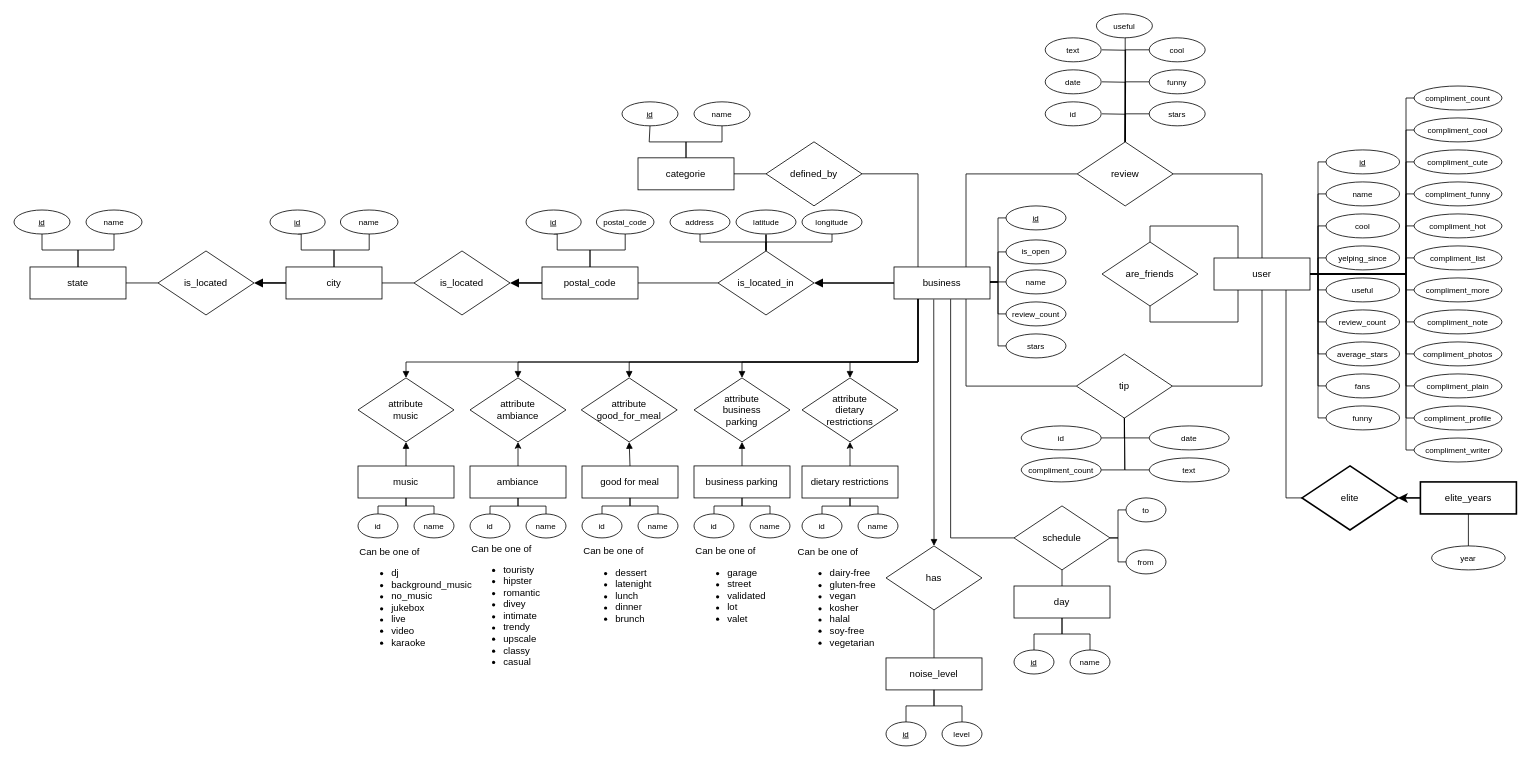
Before: schema.drawio in Ph0tonic/Intro2DataBase, a draw.io diagram. Source tidied: cells renumbered, new cells numbered last; positions are measured from the earlier drawing's top-left corner, leaving out a move shared by most shapes. Both pictures are drawn from the tidied source at 80%, with x=0, y=0 at pixel (14, 14).
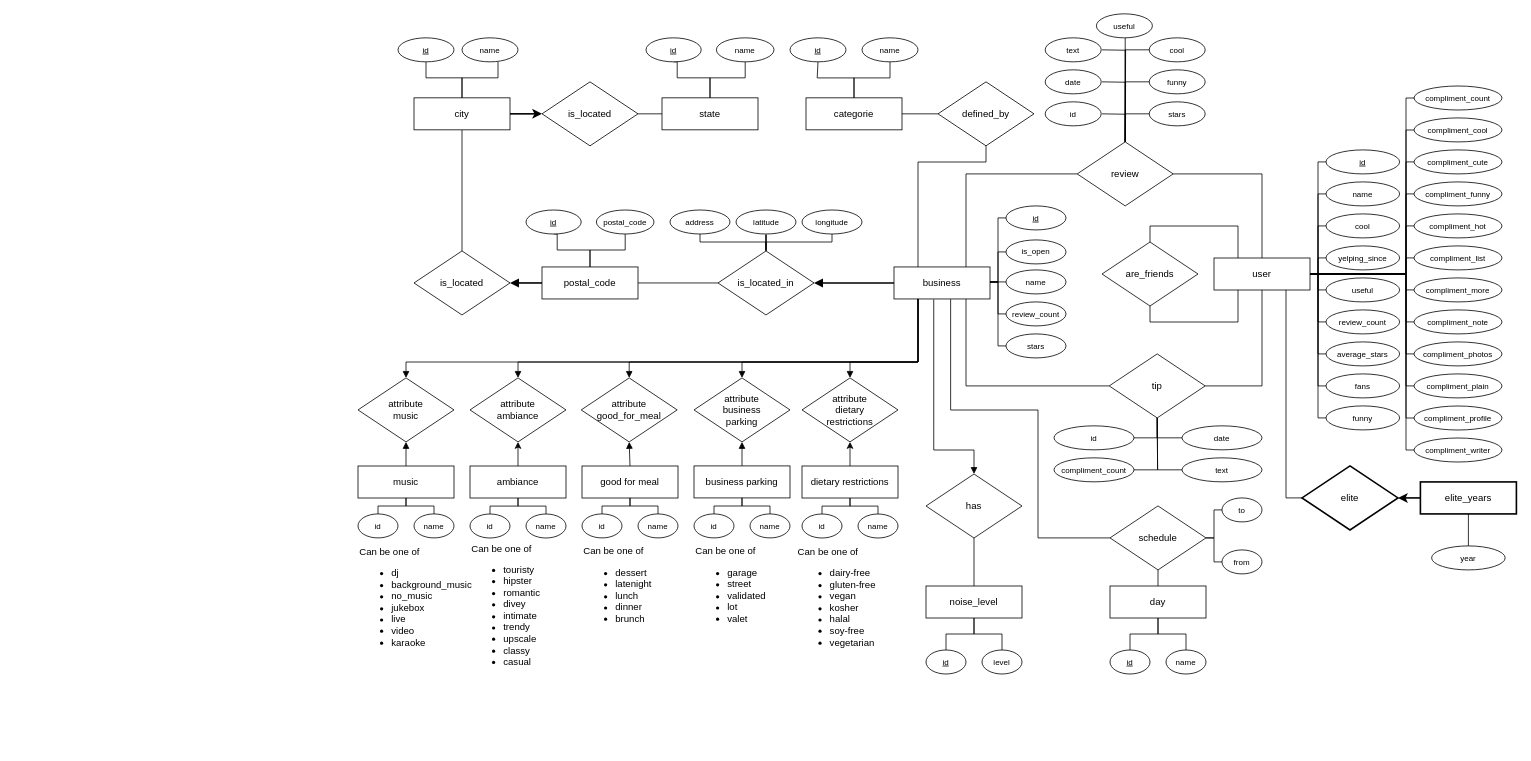
Above is the later version.

The change refers to these unchanged cells:
```xml
<mxCell id="36" value="business" style="rounded=0;whiteSpace=wrap;html=1;" parent="1" vertex="1">
  <mxGeometry x="1100" y="316.2" width="120" height="40" as="geometry" />
</mxCell>
<mxCell id="158" value="is_located" style="rhombus;whiteSpace=wrap;html=1;" parent="1" vertex="1">
  <mxGeometry x="500" y="296.2" width="120" height="80" as="geometry" />
</mxCell>
```

Change to the diagram source:
```diff
@@
-    <mxCell id="2" style="edgeStyle=orthogonalEdgeStyle;rounded=0;jettySize=auto;html=1;exitX=1;exitY=0.5;exitDx=0;exitDy=0;entryX=0;entryY=0.5;entryDx=0;entryDy=0;endArrow=none;endFill=0;startArrow=block;startFill=1;strokeWidth=2;" parent="1" edge="1" source="3" target="37">
+    <mxCell id="2" style="edgeStyle=orthogonalEdgeStyle;rounded=0;jettySize=auto;html=1;exitX=1;exitY=0.5;exitDx=0;exitDy=0;entryX=0;entryY=0.5;entryDx=0;entryDy=0;endArrow=none;endFill=0;startArrow=none;startFill=0;strokeWidth=1;" parent="1" edge="1" source="3" target="37">
       <mxGeometry relative="1" as="geometry" />
     </mxCell>
     <mxCell id="3" value="is_located" style="rhombus;whiteSpace=wrap;html=1;" parent="1" vertex="1">
-      <mxGeometry x="180" y="296.2" width="120" height="80" as="geometry" />
+      <mxGeometry x="660" y="84.8" width="120" height="80" as="geometry" />
     </mxCell>
-    <mxCell id="4" style="edgeStyle=orthogonalEdgeStyle;rounded=0;jettySize=auto;html=1;exitX=1;exitY=0.5;exitDx=0;exitDy=0;entryX=0;entryY=0.5;entryDx=0;entryDy=0;endArrow=none;endFill=0;" parent="1" edge="1" source="6" target="3">
+    <mxCell id="4" style="edgeStyle=orthogonalEdgeStyle;rounded=0;jettySize=auto;html=1;exitX=1;exitY=0.5;exitDx=0;exitDy=0;entryX=0;entryY=0.5;entryDx=0;entryDy=0;endArrow=classic;endFill=1;startArrow=none;startFill=0;strokeWidth=2;" parent="1" edge="1" source="6" target="3">
       <mxGeometry relative="1" as="geometry" />
     </mxCell>
-    <mxCell id="5" style="edgeStyle=orthogonalEdgeStyle;rounded=0;jettySize=auto;html=1;exitX=0.5;exitY=0;exitDx=0;exitDy=0;endArrow=none;endFill=0;fontSize=10;" parent="1" edge="1" source="6" target="96">
+    <mxCell id="5" style="edgeStyle=orthogonalEdgeStyle;rounded=0;jettySize=auto;html=1;exitX=0.5;exitY=0;exitDx=0;exitDy=0;endArrow=none;endFill=0;fontSize=10;" parent="1" edge="1" source="6">
       <mxGeometry relative="1" as="geometry">
+        <mxPoint x="605" y="59.8" as="targetPoint" />
         <Array as="points">
-          <mxPoint x="80" y="295" />
-          <mxPoint x="125" y="295" />
+          <mxPoint x="560" y="79.8" />
+          <mxPoint x="605" y="79.8" />
         </Array>
       </mxGeometry>
     </mxCell>
+    <mxCell id="196" style="edgeStyle=orthogonalEdgeStyle;rounded=0;jettySize=auto;html=1;exitX=0.5;exitY=1;exitDx=0;exitDy=0;entryX=0.5;entryY=0;entryDx=0;entryDy=0;startArrow=none;startFill=0;endArrow=none;endFill=0;strokeWidth=1;" parent="1" edge="1" source="6" target="158">
+      <mxGeometry relative="1" as="geometry" />
+    </mxCell>
-    <mxCell id="6" value="state" style="rounded=0;whiteSpace=wrap;html=1;" parent="1" vertex="1">
-      <mxGeometry x="20" y="316.2" width="120" height="40" as="geometry" />
+    <mxCell id="6" value="city" style="rounded=0;whiteSpace=wrap;html=1;" parent="1" vertex="1">
+      <mxGeometry x="500" y="104.8" width="120" height="40" as="geometry" />
     </mxCell>
@@
     <mxCell id="8" style="edgeStyle=orthogonalEdgeStyle;rounded=0;jettySize=auto;html=1;exitX=0.5;exitY=0;exitDx=0;exitDy=0;entryX=0.5;entryY=1;entryDx=0;entryDy=0;startArrow=none;startFill=0;endArrow=none;endFill=0;strokeWidth=1;" parent="1" edge="1" source="9" target="120">
       <mxGeometry relative="1" as="geometry">
         <Array as="points">
-          <mxPoint x="840" y="159.9" />
-          <mxPoint x="794" y="159.9" />
+          <mxPoint x="1050" y="79.9" />
+          <mxPoint x="1004" y="79.9" />
         </Array>
       </mxGeometry>
     </mxCell>
     <mxCell id="9" value="categorie" style="rounded=0;whiteSpace=wrap;html=1;" parent="1" vertex="1">
-      <mxGeometry x="780" y="179.8" width="120" height="40" as="geometry" />
+      <mxGeometry x="990" y="104.8" width="120" height="40" as="geometry" />
     </mxCell>
     <mxCell id="10" style="edgeStyle=orthogonalEdgeStyle;rounded=0;jettySize=auto;html=1;exitX=0.5;exitY=1;exitDx=0;exitDy=0;entryX=1;entryY=0.5;entryDx=0;entryDy=0;endArrow=none;endFill=0;fontSize=10;" parent="1" edge="1" target="99">
       <mxGeometry relative="1" as="geometry">
-        <mxPoint x="1388" y="494.9" as="sourcePoint" />
+        <mxPoint x="1429" y="494.8" as="sourcePoint" />
         <Array as="points">
-          <mxPoint x="1388" y="529.9" />
+          <mxPoint x="1429" y="529.8" />
         </Array>
       </mxGeometry>
     </mxCell>
@@
-    <mxCell id="27" style="edgeStyle=orthogonalEdgeStyle;rounded=0;jettySize=auto;html=1;exitX=0.25;exitY=0;exitDx=0;exitDy=0;entryX=1;entryY=0.5;entryDx=0;entryDy=0;startArrow=none;startFill=0;endArrow=none;endFill=0;strokeWidth=1;" parent="1" edge="1" source="36" target="52">
-      <mxGeometry relative="1" as="geometry" />
-    </mxCell>
@@
-    <mxCell id="37" value="city" style="rounded=0;whiteSpace=wrap;html=1;" parent="1" vertex="1">
-      <mxGeometry x="340" y="316.2" width="120" height="40" as="geometry" />
+    <mxCell id="37" value="state" style="rounded=0;whiteSpace=wrap;html=1;" parent="1" vertex="1">
+      <mxGeometry x="810" y="104.8" width="120" height="40" as="geometry" />
     </mxCell>
     <mxCell id="38" style="edgeStyle=orthogonalEdgeStyle;rounded=0;jettySize=auto;html=1;exitX=0.5;exitY=0;exitDx=0;exitDy=0;entryX=0.5;entryY=1;entryDx=0;entryDy=0;endArrow=none;endFill=0;fontSize=10;" parent="1" edge="1" source="39" target="111">
       <mxGeometry relative="1" as="geometry">
         <Array as="points">
-          <mxPoint x="1150" y="794.9" />
-          <mxPoint x="1150" y="794.9" />
+          <mxPoint x="1200" y="705" />
+          <mxPoint x="1200" y="705" />
         </Array>
       </mxGeometry>
     </mxCell>
     <mxCell id="39" value="noise_level" style="rounded=0;whiteSpace=wrap;html=1;" parent="1" vertex="1">
-      <mxGeometry x="1090" y="804.9" width="120" height="40" as="geometry" />
+      <mxGeometry x="1140" y="715" width="120" height="40" as="geometry" />
     </mxCell>
@@
+    <mxCell id="197" style="edgeStyle=orthogonalEdgeStyle;rounded=0;jettySize=auto;html=1;exitX=0.5;exitY=1;exitDx=0;exitDy=0;entryX=0.25;entryY=0;entryDx=0;entryDy=0;endArrow=none;endFill=0;" parent="1" edge="1" source="52" target="36">
+      <mxGeometry relative="1" as="geometry">
+        <Array as="points">
+          <mxPoint x="1215" y="185" />
+          <mxPoint x="1130" y="185" />
+        </Array>
+      </mxGeometry>
+    </mxCell>
     <mxCell id="52" value="defined_by" style="rhombus;whiteSpace=wrap;html=1;" parent="1" vertex="1">
-      <mxGeometry x="940" y="159.8" width="120" height="80" as="geometry" />
+      <mxGeometry x="1155" y="84.8" width="120" height="80" as="geometry" />
     </mxCell>
@@
     <mxCell id="92" style="edgeStyle=orthogonalEdgeStyle;rounded=0;jettySize=auto;html=1;exitX=0.5;exitY=1;exitDx=0;exitDy=0;entryX=0.5;entryY=0;entryDx=0;entryDy=0;endArrow=none;endFill=0;" parent="1" edge="1" source="93" target="6">
       <mxGeometry relative="1" as="geometry">
         <Array as="points">
-          <mxPoint x="35" y="295" />
-          <mxPoint x="80" y="295" />
+          <mxPoint x="515" y="79.8" />
+          <mxPoint x="560" y="79.8" />
         </Array>
       </mxGeometry>
     </mxCell>
     <mxCell id="93" value="id" style="ellipse;whiteSpace=wrap;html=1;fontStyle=4;fontSize=10;" parent="1" vertex="1">
-      <mxGeometry y="245" width="70" height="30" as="geometry" />
+      <mxGeometry x="480" y="29.8" width="70" height="30" as="geometry" />
     </mxCell>
     <mxCell id="94" style="edgeStyle=orthogonalEdgeStyle;rounded=0;jettySize=auto;html=1;exitX=0.5;exitY=1;exitDx=0;exitDy=0;entryX=0.5;entryY=0;entryDx=0;entryDy=0;endArrow=none;endFill=0;" parent="1" edge="1" source="95" target="37">
       <mxGeometry relative="1" as="geometry">
         <Array as="points">
-          <mxPoint x="359" y="295" />
-          <mxPoint x="400" y="295" />
+          <mxPoint x="829" y="79.8" />
+          <mxPoint x="870" y="79.8" />
         </Array>
       </mxGeometry>
     </mxCell>
     <mxCell id="95" value="id" style="ellipse;whiteSpace=wrap;html=1;fontStyle=4;fontSize=10;" parent="1" vertex="1">
-      <mxGeometry x="320" y="245" width="69" height="30" as="geometry" />
+      <mxGeometry x="790" y="29.8" width="69" height="30" as="geometry" />
     </mxCell>
     <mxCell id="96" value="name" style="ellipse;whiteSpace=wrap;html=1;fontStyle=0;fontSize=10;" parent="1" vertex="1">
-      <mxGeometry x="90" y="245" width="70" height="30" as="geometry" />
+      <mxGeometry x="560" y="29.8" width="70" height="30" as="geometry" />
     </mxCell>
     <mxCell id="97" value="name" style="ellipse;whiteSpace=wrap;html=1;fontStyle=0;fontSize=10;" parent="1" vertex="1">
-      <mxGeometry x="408" y="245" width="72" height="30" as="geometry" />
+      <mxGeometry x="878" y="29.8" width="72" height="30" as="geometry" />
     </mxCell>
     <mxCell id="98" style="edgeStyle=orthogonalEdgeStyle;rounded=0;jettySize=auto;html=1;exitX=0.5;exitY=1;exitDx=0;exitDy=0;entryX=0.5;entryY=0;entryDx=0;entryDy=0;endArrow=none;endFill=0;" parent="1" edge="1" source="97" target="37">
       <mxGeometry relative="1" as="geometry">
         <Array as="points">
-          <mxPoint x="400" y="295" />
+          <mxPoint x="870" y="79.8" />
         </Array>
       </mxGeometry>
     </mxCell>
     <mxCell id="99" value="id" style="ellipse;whiteSpace=wrap;html=1;fontSize=10;fontStyle=0;" parent="1" vertex="1">
-      <mxGeometry x="1259" y="514.9" width="100" height="30" as="geometry" />
+      <mxGeometry x="1300" y="514.8" width="100" height="30" as="geometry" />
     </mxCell>
     <mxCell id="100" value="date" style="ellipse;whiteSpace=wrap;html=1;fontSize=10;fontStyle=0;" parent="1" vertex="1">
-      <mxGeometry x="1419" y="514.9" width="100" height="30" as="geometry" />
+      <mxGeometry x="1460" y="514.8" width="100" height="30" as="geometry" />
     </mxCell>
     <mxCell id="101" style="edgeStyle=orthogonalEdgeStyle;rounded=0;jettySize=auto;html=1;exitX=0;exitY=0.5;exitDx=0;exitDy=0;entryX=0.5;entryY=1;entryDx=0;entryDy=0;endArrow=none;endFill=0;fontSize=10;" parent="1" edge="1" source="102">
       <mxGeometry relative="1" as="geometry">
-        <mxPoint x="1388" y="494.9" as="targetPoint" />
+        <mxPoint x="1429" y="494.8" as="targetPoint" />
       </mxGeometry>
     </mxCell>
     <mxCell id="102" value="text" style="ellipse;whiteSpace=wrap;html=1;fontSize=10;fontStyle=0;" parent="1" vertex="1">
-      <mxGeometry x="1419" y="554.9" width="100" height="30" as="geometry" />
+      <mxGeometry x="1460" y="554.8" width="100" height="30" as="geometry" />
     </mxCell>
     <mxCell id="103" style="edgeStyle=orthogonalEdgeStyle;rounded=0;jettySize=auto;html=1;exitX=1;exitY=0.5;exitDx=0;exitDy=0;entryX=0.5;entryY=1;entryDx=0;entryDy=0;endArrow=none;endFill=0;fontSize=10;" parent="1" edge="1" source="104">
       <mxGeometry relative="1" as="geometry">
-        <mxPoint x="1388" y="494.9" as="targetPoint" />
+        <mxPoint x="1429" y="494.8" as="targetPoint" />
       </mxGeometry>
     </mxCell>
     <mxCell id="104" value="compliment_count" style="ellipse;whiteSpace=wrap;html=1;fontSize=10;fontStyle=0;" parent="1" vertex="1">
-      <mxGeometry x="1259" y="554.9" width="100" height="30" as="geometry" />
+      <mxGeometry x="1300" y="554.8" width="100" height="30" as="geometry" />
     </mxCell>
@@
     <mxCell id="107" value="id" style="ellipse;whiteSpace=wrap;html=1;fontStyle=4;fontSize=10;" parent="1" vertex="1">
-      <mxGeometry x="1090" y="884.9" width="50" height="30" as="geometry" />
+      <mxGeometry x="1140" y="795" width="50" height="30" as="geometry" />
     </mxCell>
@@
     <mxCell id="109" value="level" style="ellipse;whiteSpace=wrap;html=1;fontStyle=0;fontSize=10;" parent="1" vertex="1">
-      <mxGeometry x="1160" y="884.9" width="50" height="30" as="geometry" />
+      <mxGeometry x="1210" y="795" width="50" height="30" as="geometry" />
     </mxCell>
     <mxCell id="110" style="edgeStyle=orthogonalEdgeStyle;rounded=0;jettySize=auto;html=1;exitX=0.5;exitY=0;exitDx=0;exitDy=0;endArrow=none;endFill=0;fontSize=10;strokeWidth=1;startArrow=block;startFill=1;entryX=0.414;entryY=1.014;entryDx=0;entryDy=0;entryPerimeter=0;" parent="1" edge="1" source="111" target="36">
       <mxGeometry relative="1" as="geometry">
         <Array as="points">
-          <mxPoint x="1150" y="625" />
-          <mxPoint x="1150" y="625" />
+          <mxPoint x="1200" y="545" />
+          <mxPoint x="1150" y="545" />
         </Array>
       </mxGeometry>
     </mxCell>
     <mxCell id="111" value="has" style="rhombus;whiteSpace=wrap;html=1;" parent="1" vertex="1">
-      <mxGeometry x="1090" y="664.9" width="120" height="80" as="geometry" />
+      <mxGeometry x="1140" y="575" width="120" height="80" as="geometry" />
     </mxCell>
@@
     <mxCell id="120" value="id" style="ellipse;whiteSpace=wrap;html=1;fontStyle=4;fontSize=10;" parent="1" vertex="1">
-      <mxGeometry x="760" y="109.8" width="70" height="30" as="geometry" />
+      <mxGeometry x="970" y="29.8" width="70" height="30" as="geometry" />
     </mxCell>
     <mxCell id="121" style="edgeStyle=orthogonalEdgeStyle;rounded=0;jettySize=auto;html=1;exitX=0.5;exitY=1;exitDx=0;exitDy=0;entryX=0.5;entryY=0;entryDx=0;entryDy=0;startArrow=none;startFill=0;endArrow=none;endFill=0;strokeWidth=1;" parent="1" edge="1" source="122" target="9">
       <mxGeometry relative="1" as="geometry">
         <Array as="points">
-          <mxPoint x="885" y="159.9" />
-          <mxPoint x="840" y="159.9" />
+          <mxPoint x="1095" y="79.9" />
+          <mxPoint x="1050" y="79.9" />
         </Array>
       </mxGeometry>
     </mxCell>
     <mxCell id="122" value="name" style="ellipse;whiteSpace=wrap;html=1;fontStyle=0;fontSize=10;" parent="1" vertex="1">
-      <mxGeometry x="850" y="109.8" width="70" height="30" as="geometry" />
+      <mxGeometry x="1060" y="29.8" width="70" height="30" as="geometry" />
     </mxCell>
@@
     <mxCell id="125" style="edgeStyle=orthogonalEdgeStyle;rounded=0;jettySize=auto;html=1;exitX=1;exitY=0.5;exitDx=0;exitDy=0;entryX=0;entryY=0.5;entryDx=0;entryDy=0;endArrow=none;endFill=0;" parent="1" edge="1" source="127" target="131">
       <mxGeometry relative="1" as="geometry">
         <Array as="points">
-          <mxPoint x="1380" y="654.9" />
-          <mxPoint x="1380" y="684.9" />
+          <mxPoint x="1500" y="654.9" />
+          <mxPoint x="1500" y="684.9" />
         </Array>
       </mxGeometry>
     </mxCell>
     <mxCell id="126" style="edgeStyle=orthogonalEdgeStyle;rounded=0;jettySize=auto;html=1;exitX=0;exitY=0.5;exitDx=0;exitDy=0;entryX=0.59;entryY=1.008;entryDx=0;entryDy=0;entryPerimeter=0;endArrow=none;endFill=0;strokeWidth=1;" parent="1" edge="1" source="127" target="36">
-      <mxGeometry relative="1" as="geometry" />
+      <mxGeometry relative="1" as="geometry">
+        <Array as="points">
+          <mxPoint x="1280" y="655" />
+          <mxPoint x="1280" y="495" />
+          <mxPoint x="1171" y="495" />
+        </Array>
+      </mxGeometry>
     </mxCell>
     <mxCell id="127" value="schedule" style="rhombus;whiteSpace=wrap;html=1;strokeWidth=1;gradientColor=none;" parent="1" vertex="1">
-      <mxGeometry x="1250" y="614.9" width="120" height="80" as="geometry" />
+      <mxGeometry x="1370" y="614.9" width="120" height="80" as="geometry" />
     </mxCell>
@@
     <mxCell id="129" style="edgeStyle=orthogonalEdgeStyle;rounded=0;jettySize=auto;html=1;exitX=0;exitY=0.5;exitDx=0;exitDy=0;entryX=1;entryY=0.5;entryDx=0;entryDy=0;endArrow=none;endFill=0;" parent="1" edge="1" source="130" target="127">
       <mxGeometry relative="1" as="geometry">
         <Array as="points">
-          <mxPoint x="1380" y="619.9" />
-          <mxPoint x="1380" y="654.9" />
+          <mxPoint x="1500" y="619.9" />
+          <mxPoint x="1500" y="654.9" />
         </Array>
       </mxGeometry>
     </mxCell>
     <mxCell id="130" value="to" style="ellipse;whiteSpace=wrap;html=1;fontStyle=0;fontSize=10;" parent="1" vertex="1">
-      <mxGeometry x="1390" y="604.9" width="50" height="30" as="geometry" />
+      <mxGeometry x="1510" y="604.9" width="50" height="30" as="geometry" />
     </mxCell>
     <mxCell id="131" value="from" style="ellipse;whiteSpace=wrap;html=1;fontStyle=0;fontSize=10;" parent="1" vertex="1">
-      <mxGeometry x="1390" y="669.9" width="50" height="30" as="geometry" />
+      <mxGeometry x="1510" y="669.9" width="50" height="30" as="geometry" />
     </mxCell>
     <mxCell id="132" value="name" style="ellipse;whiteSpace=wrap;html=1;fontStyle=0;fontSize=10;" parent="1" vertex="1">
-      <mxGeometry x="1320" y="795" width="50" height="30" as="geometry" />
+      <mxGeometry x="1440" y="795" width="50" height="30" as="geometry" />
     </mxCell>
@@
     <mxCell id="151" value="day" style="rounded=0;whiteSpace=wrap;html=1;" parent="1" vertex="1">
-      <mxGeometry x="1250" y="715" width="120" height="40" as="geometry" />
+      <mxGeometry x="1370" y="715" width="120" height="40" as="geometry" />
     </mxCell>
@@
     <mxCell id="153" value="id" style="ellipse;whiteSpace=wrap;html=1;fontStyle=4;fontSize=10;" parent="1" vertex="1">
-      <mxGeometry x="1250" y="795" width="50" height="30" as="geometry" />
+      <mxGeometry x="1370" y="795" width="50" height="30" as="geometry" />
     </mxCell>
@@
-    <mxCell id="157" style="edgeStyle=orthogonalEdgeStyle;rounded=0;jettySize=auto;html=1;exitX=0;exitY=0.5;exitDx=0;exitDy=0;entryX=1;entryY=0.5;entryDx=0;entryDy=0;endArrow=none;endFill=0;" parent="1" edge="1" source="158" target="37">
-      <mxGeometry relative="1" as="geometry" />
-    </mxCell>
@@
     <mxCell id="164" value="tip" style="rhombus;whiteSpace=wrap;html=1;strokeWidth=1;gradientColor=none;" parent="1" vertex="1">
-      <mxGeometry x="1328" y="425.1" width="120" height="80" as="geometry" />
+      <mxGeometry x="1369" y="424.9" width="120" height="80" as="geometry" />
     </mxCell>
```
